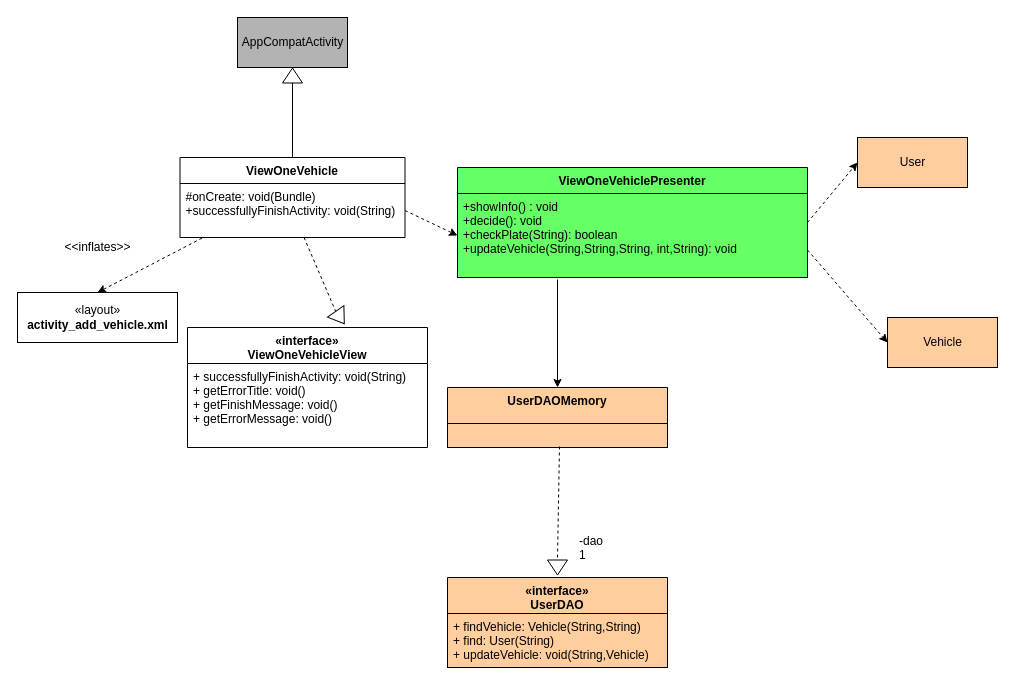
This is R4_Diagrams/Class Diagrams/EditVehicleCD.drawio from ntinouldinho/Parking-App, a draw.io file, before an edit. Source tidied: cells renumbered, new cells numbered last; positions are measured from the earlier drawing's top-left corner, leaving out a move shared by most shapes. Both pictures are drawn from the tidied source at 100%, with x=0, y=0 at pixel (17, 17).
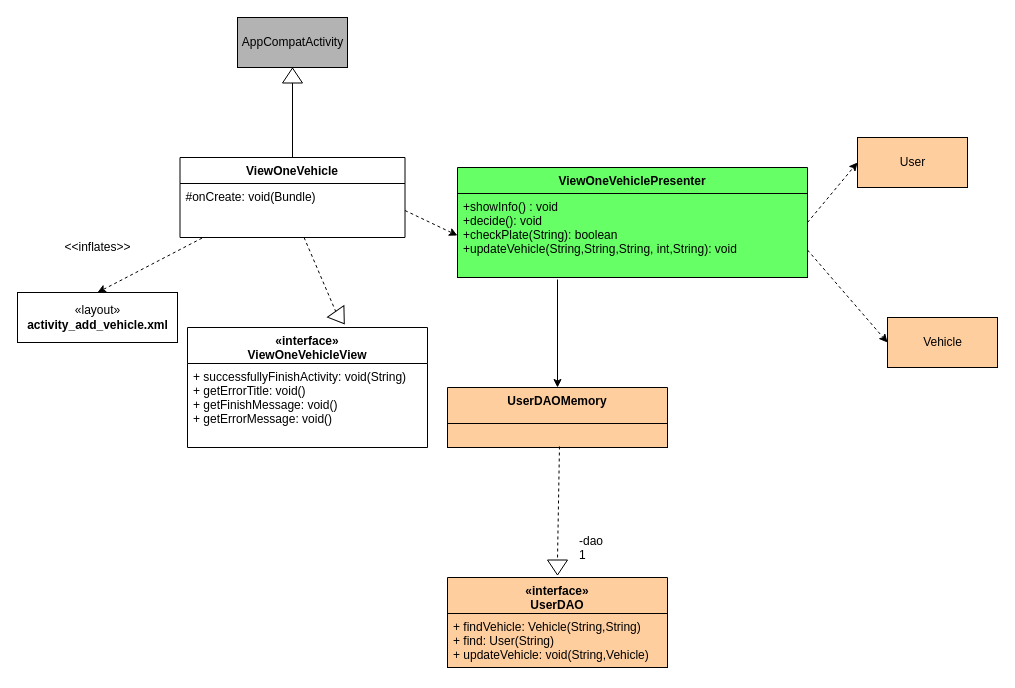
The same diagram, later.

Unchanged cells that the change refers to:
```xml
<mxCell id="10" value="ViewOneVehicle" style="swimlane;fontStyle=1;align=center;verticalAlign=top;horizontal=1;startSize=26;strokeColor=#000000;fillColor=#FFFFFF;" parent="1" vertex="1">
  <mxGeometry x="162.5" y="140" width="225" height="80" as="geometry" />
</mxCell>
```

What changed in the source:
```diff
@@
-    <mxCell id="11" value="#onCreate: void(Bundle)&#10;+successfullyFinishActivity: void(String)" style="text;strokeColor=none;fillColor=none;align=left;verticalAlign=top;spacingLeft=4;spacingRight=4;overflow=hidden;points=[[0,0.5],[1,0.5]];portConstraint=eastwest;" parent="10" vertex="1">
+    <mxCell id="11" value="#onCreate: void(Bundle)" style="text;strokeColor=none;fillColor=none;align=left;verticalAlign=top;spacingLeft=4;spacingRight=4;overflow=hidden;points=[[0,0.5],[1,0.5]];portConstraint=eastwest;" parent="10" vertex="1">
       <mxGeometry y="26" width="225" height="54" as="geometry" />
     </mxCell>
```
